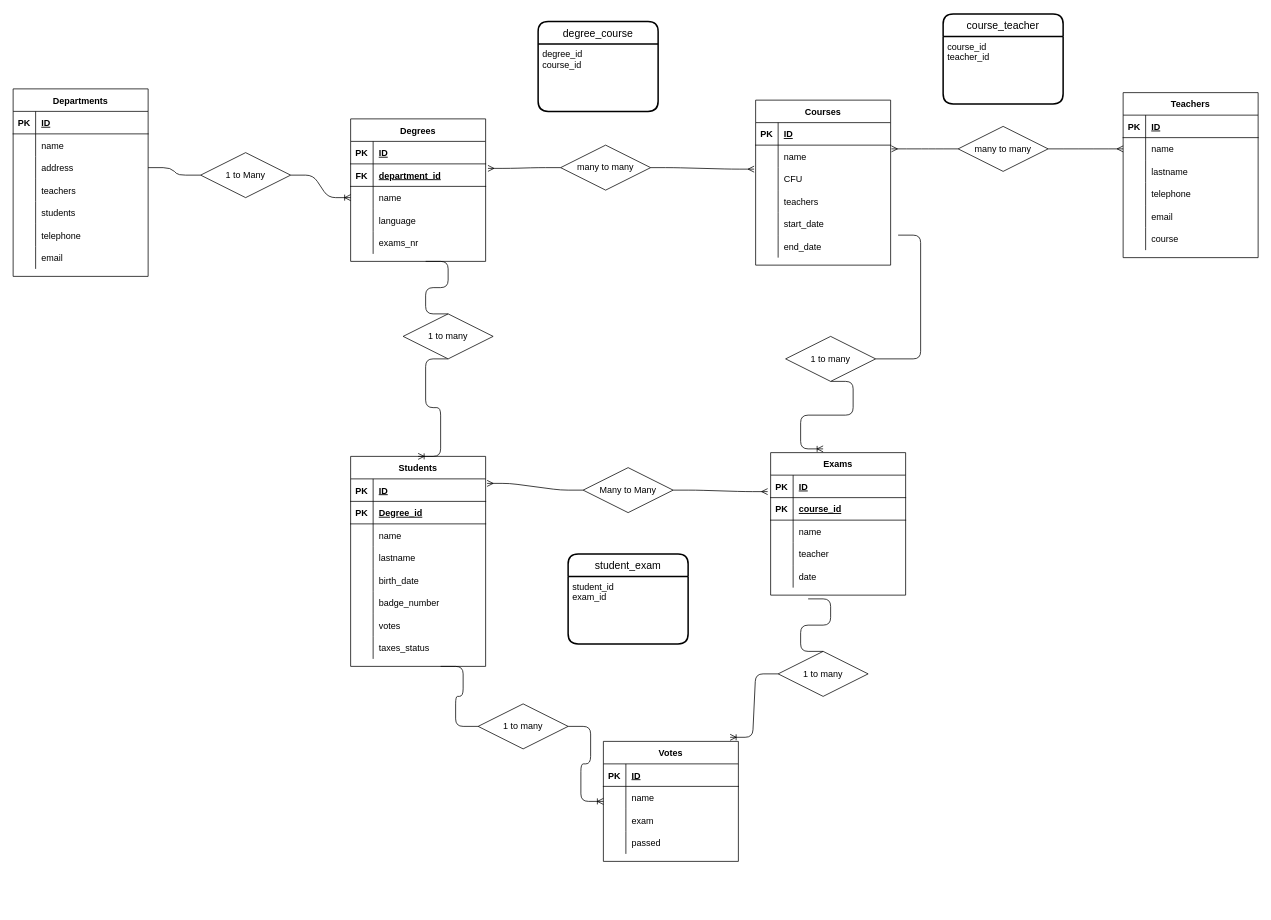
Above: university.drawio in ariannagreco3393/db-university (draw.io), before the change. Source tidied: cells renumbered, new cells numbered last; positions are measured from the earlier drawing's top-left corner, leaving out a move shared by most shapes. Both pictures are drawn from the tidied source at 75%, with x=0, y=0 at pixel (13, 14).
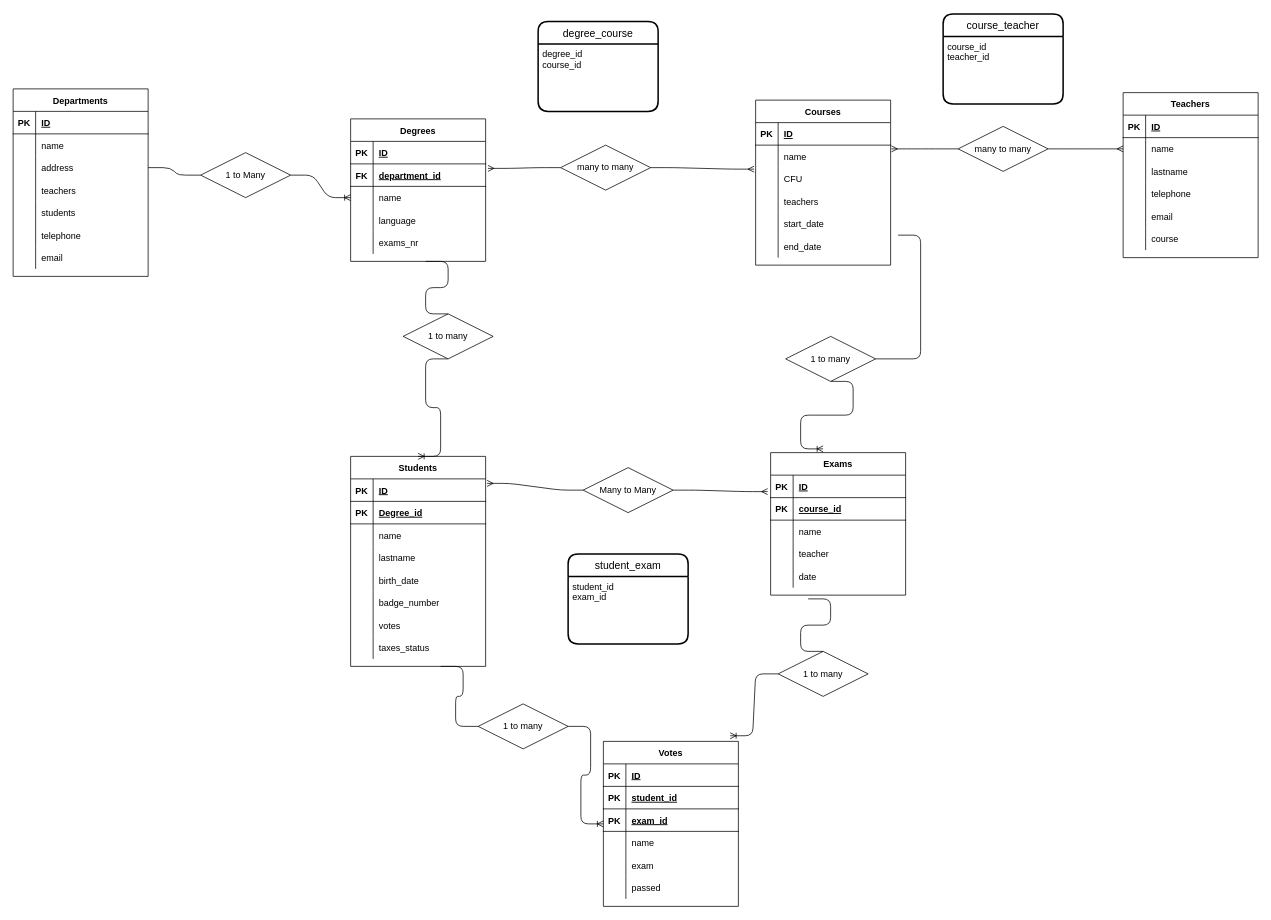
Above is the later version.

The edit, as a diff of the source:
```diff
@@
     <mxCell id="100" value="Votes" style="shape=table;startSize=30;childLayout=tableLayout;rowLines=0;fontStyle=1;align=center;" parent="1" vertex="1">
-      <mxGeometry x="787" y="970" width="180" height="160" as="geometry" />
+      <mxGeometry x="787" y="970" width="180" height="220" as="geometry" />
     </mxCell>
@@
+    <mxCell id="162" style="shape=partialRectangle;fillColor=none;top=0;left=0;bottom=1;right=0;" parent="100" vertex="1">
+      <mxGeometry y="60" width="180" height="30" as="geometry" />
+    </mxCell>
+    <mxCell id="163" value="PK" style="shape=partialRectangle;fillColor=none;top=0;left=0;bottom=0;right=0;fontStyle=1;overflow=hidden;" parent="162" vertex="1">
+      <mxGeometry width="30" height="30" as="geometry" />
+    </mxCell>
+    <mxCell id="164" value="student_id" style="shape=partialRectangle;fillColor=none;top=0;left=0;bottom=0;right=0;align=left;spacingLeft=6;fontStyle=5;overflow=hidden;" parent="162" vertex="1">
+      <mxGeometry x="30" width="150" height="30" as="geometry" />
+    </mxCell>
+    <mxCell id="165" style="shape=partialRectangle;fillColor=none;top=0;left=0;bottom=1;right=0;" parent="100" vertex="1">
+      <mxGeometry y="90" width="180" height="30" as="geometry" />
+    </mxCell>
+    <mxCell id="166" value="PK" style="shape=partialRectangle;fillColor=none;top=0;left=0;bottom=0;right=0;fontStyle=1;overflow=hidden;" parent="165" vertex="1">
+      <mxGeometry width="30" height="30" as="geometry" />
+    </mxCell>
+    <mxCell id="167" value="exam_id" style="shape=partialRectangle;fillColor=none;top=0;left=0;bottom=0;right=0;align=left;spacingLeft=6;fontStyle=5;overflow=hidden;" parent="165" vertex="1">
+      <mxGeometry x="30" width="150" height="30" as="geometry" />
+    </mxCell>
     <mxCell id="104" style="shape=partialRectangle;fillColor=none;top=0;left=0;bottom=0;right=0;" parent="100" vertex="1">
-      <mxGeometry y="60" width="180" height="30" as="geometry" />
+      <mxGeometry y="120" width="180" height="30" as="geometry" />
     </mxCell>
@@
     <mxCell id="107" style="shape=partialRectangle;fillColor=none;top=0;left=0;bottom=0;right=0;" parent="100" vertex="1">
-      <mxGeometry y="90" width="180" height="30" as="geometry" />
+      <mxGeometry y="150" width="180" height="30" as="geometry" />
     </mxCell>
@@
     <mxCell id="110" style="shape=partialRectangle;fillColor=none;top=0;left=0;bottom=0;right=0;" parent="100" vertex="1">
-      <mxGeometry y="120" width="180" height="30" as="geometry" />
+      <mxGeometry y="180" width="180" height="30" as="geometry" />
     </mxCell>
```
